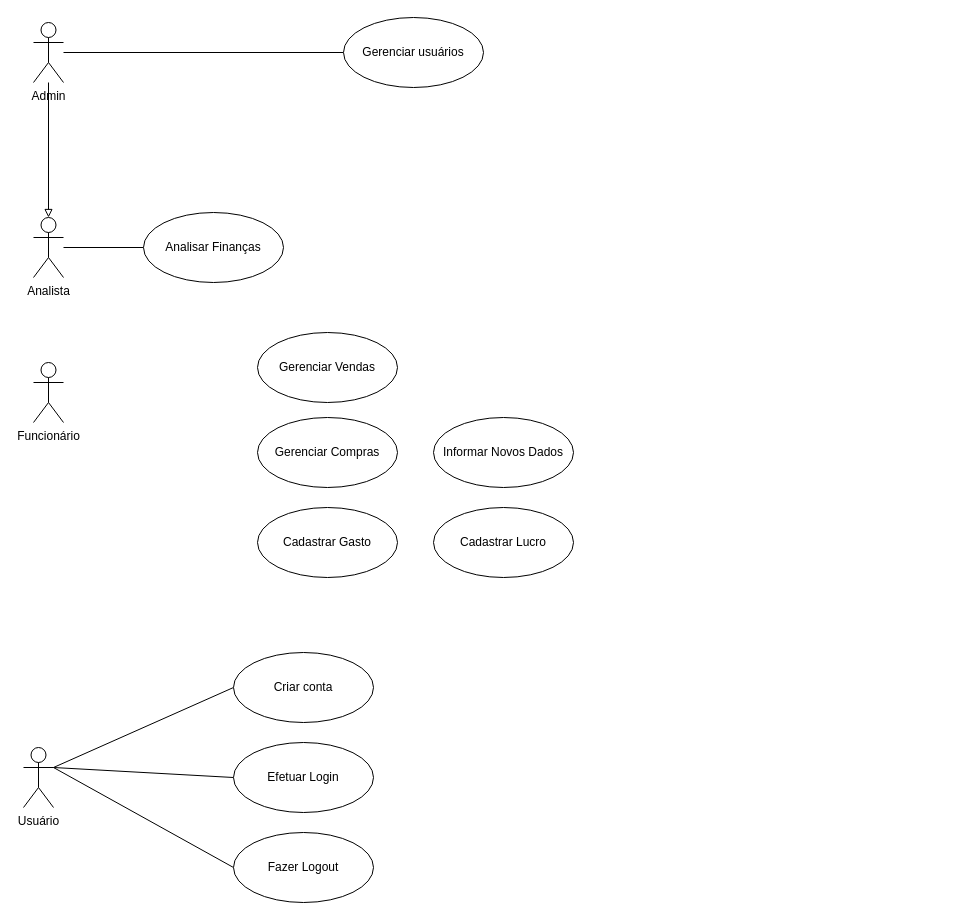
The draw.io diagram page "Uso" (2 of 2) of Financ.drawio in Raiobrine/DrawIO, before the edit. Source tidied: cells renumbered, new cells numbered last; positions are measured from the earlier drawing's top-left corner, leaving out a move shared by most shapes. Both pictures are drawn from the tidied source at 100%, with x=0, y=0 at pixel (23, 17).
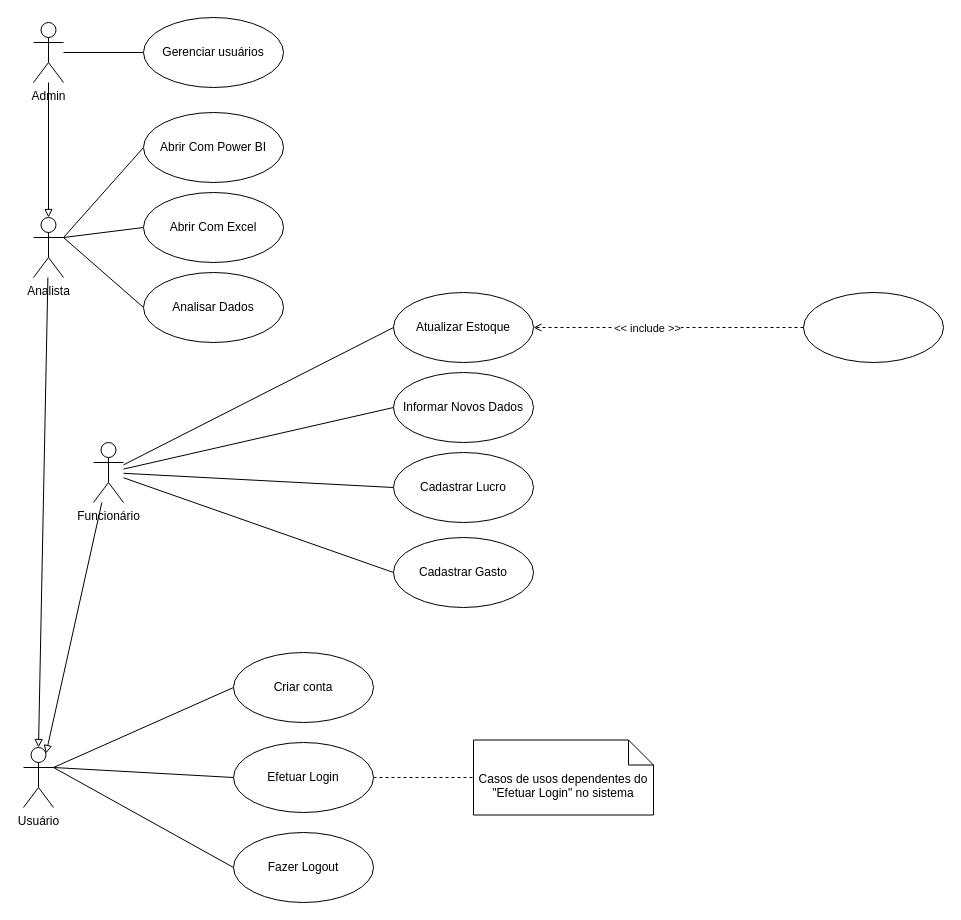
After the change.

Unchanged cells that the change refers to:
```xml
<mxCell id="7" value="Analista&lt;br&gt;" style="shape=umlActor;verticalLabelPosition=bottom;verticalAlign=top;html=1;" parent="1" vertex="1">
  <mxGeometry x="10" y="200" width="30" height="60" as="geometry" />
</mxCell>
<mxCell id="11" value="Usuário" style="shape=umlActor;verticalLabelPosition=bottom;verticalAlign=top;html=1;" parent="1" vertex="1">
  <mxGeometry y="730" width="30" height="60" as="geometry" />
</mxCell>
<mxCell id="18" value="Efetuar Login" style="ellipse;whiteSpace=wrap;html=1;" parent="1" vertex="1">
  <mxGeometry x="210" y="725" width="140" height="70" as="geometry" />
</mxCell>
```

The edit, as a diff of the source:
```diff
@@
     <mxCell id="5" value="Gerenciar usuários" style="ellipse;whiteSpace=wrap;html=1;" parent="1" vertex="1">
-      <mxGeometry x="320" width="140" height="70" as="geometry" />
+      <mxGeometry x="120" width="140" height="70" as="geometry" />
     </mxCell>
+    <mxCell id="22" style="edgeStyle=none;rounded=0;jettySize=auto;html=1;endArrow=block;endFill=0;entryX=0.5;entryY=0;entryDx=0;entryDy=0;entryPerimeter=0;" parent="1" edge="1" source="7" target="11">
+      <mxGeometry relative="1" as="geometry" />
+    </mxCell>
+    <mxCell id="23" style="edgeStyle=none;rounded=0;jettySize=auto;html=1;exitX=1;exitY=0.3333333333333333;exitDx=0;exitDy=0;exitPerimeter=0;entryX=0;entryY=0.5;entryDx=0;entryDy=0;endArrow=none;endFill=0;" parent="1" edge="1" source="7" target="31">
+      <mxGeometry relative="1" as="geometry" />
+    </mxCell>
+    <mxCell id="24" style="edgeStyle=none;rounded=0;jettySize=auto;html=1;exitX=1;exitY=0.3333333333333333;exitDx=0;exitDy=0;exitPerimeter=0;entryX=0;entryY=0.5;entryDx=0;entryDy=0;endArrow=none;endFill=0;" parent="1" edge="1" source="7" target="32">
+      <mxGeometry relative="1" as="geometry" />
+    </mxCell>
-    <mxCell id="6" style="edgeStyle=orthogonalEdgeStyle;rounded=0;jettySize=auto;html=1;endArrow=none;endFill=0;" parent="1" edge="1" source="7" target="12">
+    <mxCell id="6" style="edgeStyle=none;rounded=0;jettySize=auto;html=1;exitX=1;exitY=0.3333333333333333;exitDx=0;exitDy=0;exitPerimeter=0;entryX=0;entryY=0.5;entryDx=0;entryDy=0;endArrow=none;endFill=0;" parent="1" edge="1" source="7" target="12">
       <mxGeometry relative="1" as="geometry" />
     </mxCell>
@@
-    <mxCell id="12" value="Analisar Finanças" style="ellipse;whiteSpace=wrap;html=1;" parent="1" vertex="1">
-      <mxGeometry x="120" y="195" width="140" height="70" as="geometry" />
+    <mxCell id="12" value="Analisar Dados" style="ellipse;whiteSpace=wrap;html=1;" parent="1" vertex="1">
+      <mxGeometry x="120" y="255" width="140" height="70" as="geometry" />
     </mxCell>
-    <mxCell id="13" value="Gerenciar Vendas" style="ellipse;whiteSpace=wrap;html=1;" parent="1" vertex="1">
-      <mxGeometry x="234" y="315" width="140" height="70" as="geometry" />
-    </mxCell>
-    <mxCell id="14" value="Gerenciar Compras" style="ellipse;whiteSpace=wrap;html=1;" parent="1" vertex="1">
-      <mxGeometry x="234" y="400" width="140" height="70" as="geometry" />
+    <mxCell id="14" value="Atualizar Estoque" style="ellipse;whiteSpace=wrap;html=1;" parent="1" vertex="1">
+      <mxGeometry x="370" y="275" width="140" height="70" as="geometry" />
     </mxCell>
     <mxCell id="15" value="Cadastrar Gasto" style="ellipse;whiteSpace=wrap;html=1;" parent="1" vertex="1">
-      <mxGeometry x="234" y="490" width="140" height="70" as="geometry" />
+      <mxGeometry x="370" y="520" width="140" height="70" as="geometry" />
     </mxCell>
+    <mxCell id="25" style="rounded=0;jettySize=auto;html=1;entryX=0;entryY=0.5;entryDx=0;entryDy=0;endArrow=none;endFill=0;" parent="1" edge="1" source="16" target="14">
+      <mxGeometry relative="1" as="geometry" />
+    </mxCell>
+    <mxCell id="26" style="edgeStyle=none;rounded=0;jettySize=auto;html=1;entryX=0;entryY=0.5;entryDx=0;entryDy=0;endArrow=none;endFill=0;" parent="1" edge="1" source="16" target="21">
+      <mxGeometry relative="1" as="geometry" />
+    </mxCell>
+    <mxCell id="27" style="edgeStyle=none;rounded=0;jettySize=auto;html=1;entryX=0;entryY=0.5;entryDx=0;entryDy=0;endArrow=none;endFill=0;" parent="1" edge="1" source="16" target="20">
+      <mxGeometry relative="1" as="geometry" />
+    </mxCell>
+    <mxCell id="28" style="edgeStyle=none;rounded=0;jettySize=auto;html=1;entryX=0;entryY=0.5;entryDx=0;entryDy=0;endArrow=none;endFill=0;" parent="1" edge="1" source="16" target="15">
+      <mxGeometry relative="1" as="geometry" />
+    </mxCell>
+    <mxCell id="29" style="edgeStyle=none;rounded=0;jettySize=auto;html=1;entryX=0.75;entryY=0.1;entryDx=0;entryDy=0;entryPerimeter=0;endArrow=block;endFill=0;" parent="1" edge="1" source="16" target="11">
+      <mxGeometry relative="1" as="geometry" />
+    </mxCell>
     <mxCell id="16" value="Funcionário" style="shape=umlActor;verticalLabelPosition=bottom;verticalAlign=top;html=1;" parent="1" vertex="1">
-      <mxGeometry x="10" y="345" width="30" height="60" as="geometry" />
+      <mxGeometry x="70" y="425" width="30" height="60" as="geometry" />
     </mxCell>
@@
+    <mxCell id="30" style="edgeStyle=none;rounded=0;jettySize=auto;html=1;exitX=1;exitY=0.5;exitDx=0;exitDy=0;entryX=0;entryY=0.5;entryDx=0;entryDy=0;entryPerimeter=0;endArrow=none;endFill=0;dashed=1;" parent="1" edge="1" source="18" target="33">
+      <mxGeometry relative="1" as="geometry" />
+    </mxCell>
@@
     <mxCell id="20" value="Cadastrar Lucro" style="ellipse;whiteSpace=wrap;html=1;" parent="1" vertex="1">
-      <mxGeometry x="410" y="490" width="140" height="70" as="geometry" />
+      <mxGeometry x="370" y="435" width="140" height="70" as="geometry" />
     </mxCell>
     <mxCell id="21" value="Informar Novos Dados" style="ellipse;whiteSpace=wrap;html=1;" parent="1" vertex="1">
-      <mxGeometry x="410" y="400" width="140" height="70" as="geometry" />
+      <mxGeometry x="370" y="355" width="140" height="70" as="geometry" />
     </mxCell>
+    <mxCell id="31" value="Abrir Com Power BI" style="ellipse;whiteSpace=wrap;html=1;" parent="1" vertex="1">
+      <mxGeometry x="120" y="95" width="140" height="70" as="geometry" />
+    </mxCell>
+    <mxCell id="32" value="Abrir Com Excel" style="ellipse;whiteSpace=wrap;html=1;" parent="1" vertex="1">
+      <mxGeometry x="120" y="175" width="140" height="70" as="geometry" />
+    </mxCell>
+    <mxCell id="33" value="Casos de usos dependentes do &quot;Efetuar Login&quot; no sistema" style="shape=note2;boundedLbl=1;whiteSpace=wrap;html=1;size=25;verticalAlign=top;align=center;" parent="1" vertex="1">
+      <mxGeometry x="450" y="722.5" width="180" height="75" as="geometry" />
+    </mxCell>
+    <mxCell id="34" style="edgeStyle=none;rounded=0;jettySize=auto;html=1;exitX=0;exitY=0.5;exitDx=0;exitDy=0;entryX=1;entryY=0.5;entryDx=0;entryDy=0;dashed=1;endArrow=open;endFill=0;" parent="1" edge="1" source="36" target="14">
+      <mxGeometry relative="1" as="geometry" />
+    </mxCell>
+    <mxCell id="35" value="&amp;lt;&amp;lt; include &amp;gt;&amp;gt;" style="edgeLabel;html=1;align=center;verticalAlign=middle;" parent="34" vertex="1">
+      <mxGeometry x="0.16" relative="1" as="geometry" />
+    </mxCell>
+    <mxCell id="36" style="ellipse;whiteSpace=wrap;html=1;" parent="1" vertex="1">
+      <mxGeometry x="780" y="275" width="140" height="70" as="geometry" />
+    </mxCell>
```
